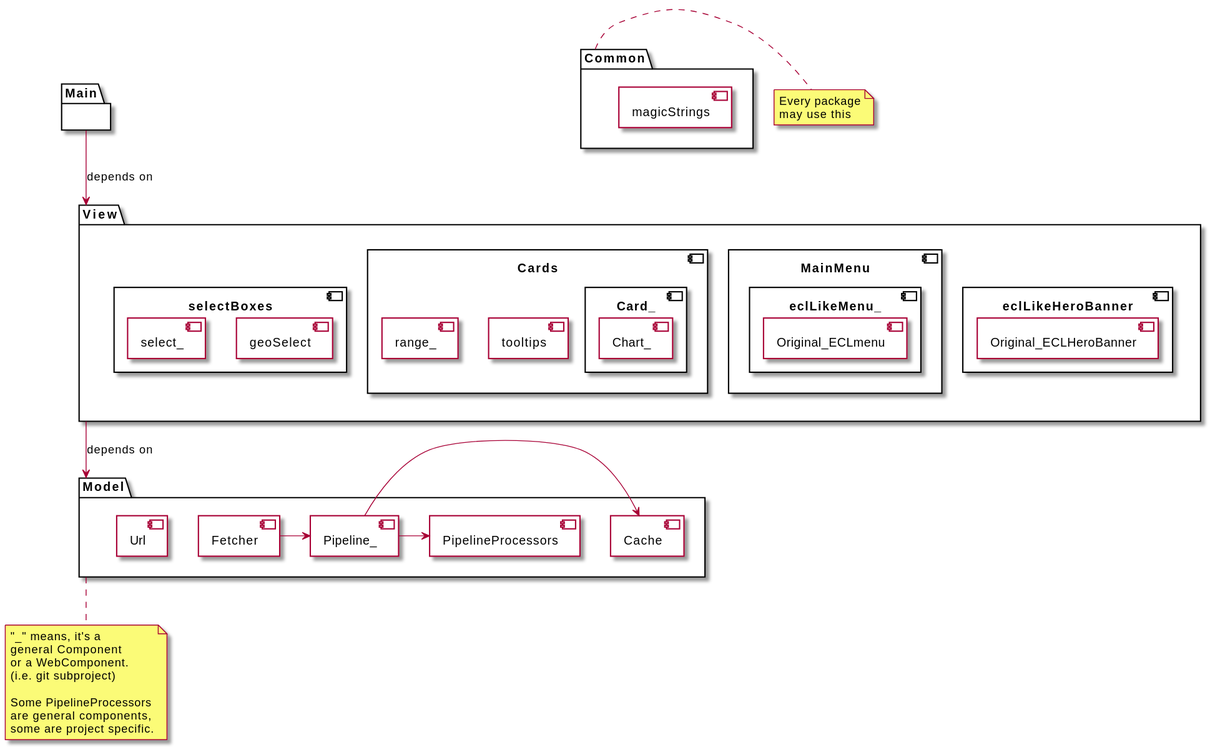
Earlier version of the PlantUML export docu/technical/components.svg (kaukana0/dashboard-migration).
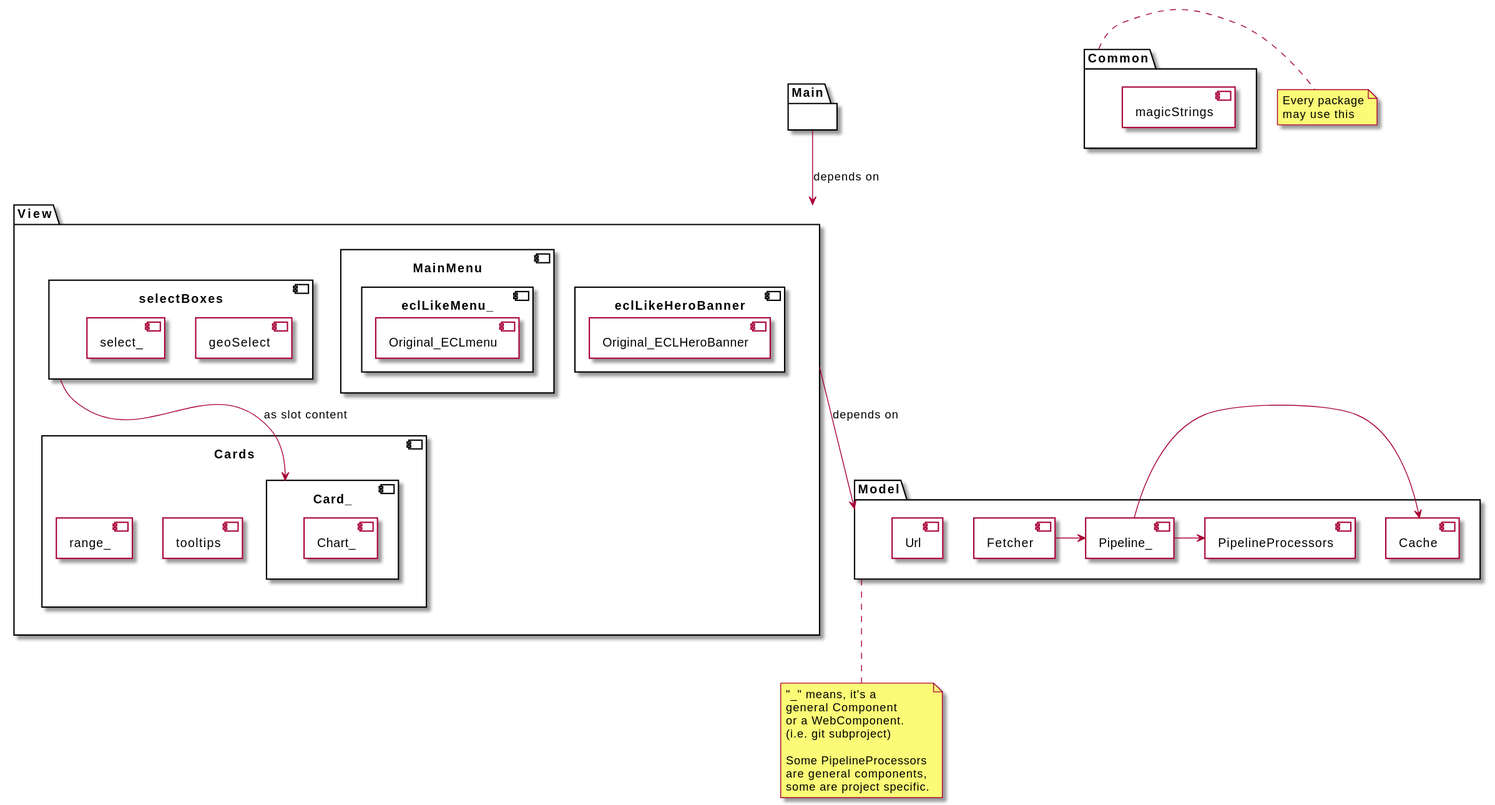
After the commit.

Diff of the diagram source:
```diff
@@ -57,6 +57,8 @@
 }
 
 
+selectBoxes --> Card_: as slot content
+
 Fetcher -> Pipeline_
 Pipeline_ -> Cache
 Pipeline_ -> PipelineProcessors
```
